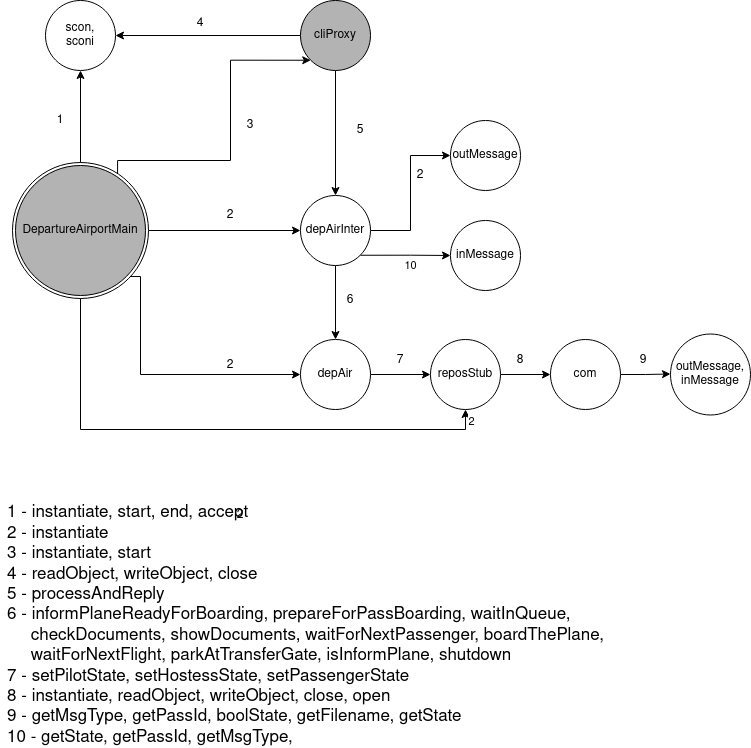
Above: assignment3/diagramas/DepartureAirportDIagram.png in MarianaPinto17/SD (draw.io), before the change. Source tidied: cells renumbered, new cells last; positions are measured from the earlier drawing's top-left corner, leaving out a move shared by most shapes.
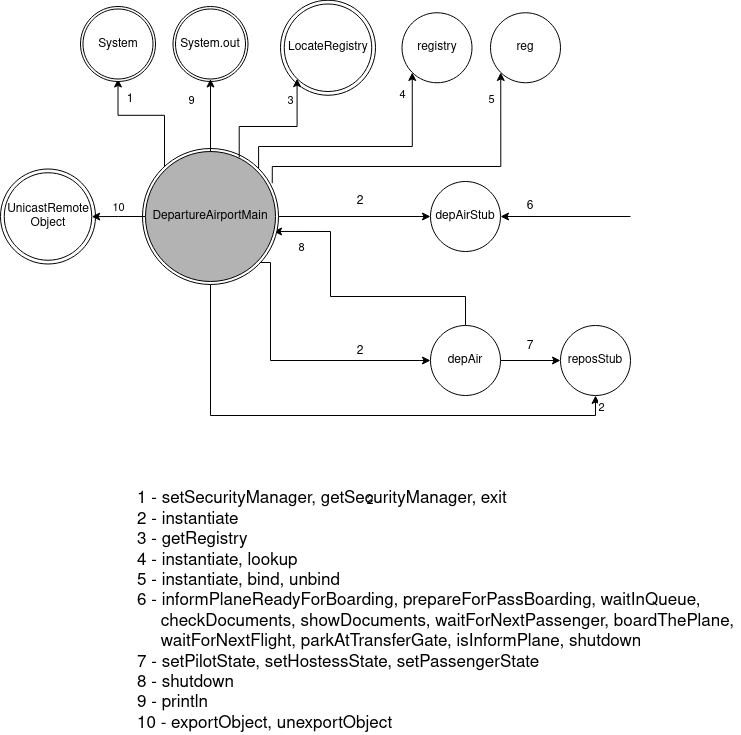
After the commit.

Diff of the diagram source:
```diff
@@ -10,18 +10,9 @@
         </Array>
       </mxGeometry>
     </mxCell>
-    <mxCell id="3" style="edgeStyle=orthogonalEdgeStyle;rounded=0;jettySize=auto;html=1;entryX=0.5;entryY=1;entryDx=0;entryDy=0;exitX=0.5;exitY=0;exitDx=0;exitDy=0;" parent="1" edge="1" source="40" target="8">
+    <mxCell id="3" style="edgeStyle=orthogonalEdgeStyle;rounded=0;jettySize=auto;html=1;entryX=0.5;entryY=1;entryDx=0;entryDy=0;exitX=0;exitY=0;exitDx=0;exitDy=0;" parent="1" edge="1" source="40" target="8">
       <mxGeometry relative="1" as="geometry" />
     </mxCell>
-    <mxCell id="4" style="edgeStyle=orthogonalEdgeStyle;rounded=0;jettySize=auto;html=1;entryX=0;entryY=1;entryDx=0;entryDy=0;exitX=0.785;exitY=0.085;exitDx=0;exitDy=0;exitPerimeter=0;" parent="1" edge="1" source="40" target="11">
-      <mxGeometry relative="1" as="geometry">
-        <Array as="points">
-          <mxPoint x="117" y="160" />
-          <mxPoint x="230" y="160" />
-          <mxPoint x="230" y="60" />
-        </Array>
-      </mxGeometry>
-    </mxCell>
     <mxCell id="5" style="edgeStyle=orthogonalEdgeStyle;rounded=0;jettySize=auto;html=1;entryX=0;entryY=0.5;entryDx=0;entryDy=0;exitX=1;exitY=0.5;exitDx=0;exitDy=0;" parent="1" edge="1" source="39" target="16">
       <mxGeometry relative="1" as="geometry" />
     </mxCell>
@@ -38,98 +29,51 @@
         <mxPoint x="317" y="-11" as="offset" />
       </mxGeometry>
     </mxCell>
-    <mxCell id="8" value="&lt;div&gt;scon,&lt;/div&gt;&lt;div&gt;sconi&lt;br&gt;&lt;/div&gt;" style="ellipse;whiteSpace=wrap;html=1;align=center;" parent="1" vertex="1">
-      <mxGeometry x="45" width="70" height="70" as="geometry" />
-    </mxCell>
-    <mxCell id="9" style="edgeStyle=orthogonalEdgeStyle;rounded=0;jettySize=auto;html=1;entryX=1;entryY=0.5;entryDx=0;entryDy=0;" parent="1" edge="1" source="11" target="8">
-      <mxGeometry relative="1" as="geometry" />
-    </mxCell>
-    <mxCell id="10" style="edgeStyle=orthogonalEdgeStyle;rounded=0;jettySize=auto;html=1;entryX=0.5;entryY=0;entryDx=0;entryDy=0;" parent="1" edge="1" source="11" target="16">
-      <mxGeometry relative="1" as="geometry" />
-    </mxCell>
-    <mxCell id="11" value="cliProxy" style="ellipse;whiteSpace=wrap;html=1;align=center;fillColor=#B3B3B3;" parent="1" vertex="1">
-      <mxGeometry x="300" width="70" height="70" as="geometry" />
-    </mxCell>
-    <mxCell id="12" style="edgeStyle=orthogonalEdgeStyle;rounded=0;jettySize=auto;html=1;entryX=0.5;entryY=0;entryDx=0;entryDy=0;" parent="1" edge="1" source="16" target="19">
-      <mxGeometry relative="1" as="geometry" />
-    </mxCell>
-    <mxCell id="13" style="edgeStyle=orthogonalEdgeStyle;rounded=0;jettySize=auto;html=1;entryX=0;entryY=0.5;entryDx=0;entryDy=0;" parent="1" edge="1" source="16" target="17">
-      <mxGeometry relative="1" as="geometry" />
-    </mxCell>
-    <mxCell id="14" style="edgeStyle=orthogonalEdgeStyle;rounded=0;jettySize=auto;html=1;exitX=1;exitY=1;exitDx=0;exitDy=0;" parent="1" edge="1" source="16" target="41">
-      <mxGeometry relative="1" as="geometry" />
-    </mxCell>
-    <mxCell id="15" value="10" style="edgeLabel;html=1;align=center;verticalAlign=middle;" parent="14" vertex="1">
-      <mxGeometry x="0.34" y="2" relative="1" as="geometry">
-        <mxPoint x="-7" y="12" as="offset" />
-      </mxGeometry>
-    </mxCell>
-    <mxCell id="16" value="depAirInter" style="ellipse;whiteSpace=wrap;html=1;align=center;" parent="1" vertex="1">
+    <mxCell id="16" value="depAirStub" style="ellipse;whiteSpace=wrap;html=1;align=center;" parent="1" vertex="1">
       <mxGeometry x="300" y="195" width="70" height="70" as="geometry" />
     </mxCell>
-    <mxCell id="17" value="outMessage" style="ellipse;whiteSpace=wrap;html=1;align=center;" parent="1" vertex="1">
-      <mxGeometry x="450" y="120" width="70" height="70" as="geometry" />
-    </mxCell>
     <mxCell id="18" style="edgeStyle=orthogonalEdgeStyle;rounded=0;jettySize=auto;html=1;entryX=0;entryY=0.5;entryDx=0;entryDy=0;" parent="1" edge="1" source="19" target="29">
       <mxGeometry relative="1" as="geometry" />
     </mxCell>
+    <mxCell id="42" style="edgeStyle=orthogonalEdgeStyle;rounded=0;jettySize=auto;html=1;entryX=0.985;entryY=0.615;entryDx=0;entryDy=0;entryPerimeter=0;" parent="1" edge="1" source="19" target="40">
+      <mxGeometry relative="1" as="geometry">
+        <Array as="points">
+          <mxPoint x="335" y="310" />
+          <mxPoint x="200" y="310" />
+          <mxPoint x="200" y="245" />
+        </Array>
+      </mxGeometry>
+    </mxCell>
+    <mxCell id="35" value="8" style="edgeLabel;html=1;align=center;verticalAlign=middle;" parent="42" vertex="1">
+      <mxGeometry x="0.47" y="-1" relative="1" as="geometry">
+        <mxPoint x="-31" y="-4" as="offset" />
+      </mxGeometry>
+    </mxCell>
     <mxCell id="19" value="depAir" style="ellipse;whiteSpace=wrap;html=1;align=center;" parent="1" vertex="1">
       <mxGeometry x="300" y="339" width="70" height="70" as="geometry" />
     </mxCell>
     <mxCell id="20" value="1" style="text;html=1;strokeColor=none;fillColor=none;align=center;verticalAlign=middle;whiteSpace=wrap;rounded=0;" parent="1" vertex="1">
-      <mxGeometry x="40" y="110" width="40" height="20" as="geometry" />
+      <mxGeometry x="-20" y="102.5" width="40" height="20" as="geometry" />
     </mxCell>
-    <mxCell id="21" value="4" style="text;html=1;strokeColor=none;fillColor=none;align=center;verticalAlign=middle;whiteSpace=wrap;rounded=0;" parent="1" vertex="1">
-      <mxGeometry x="180" y="13" width="40" height="20" as="geometry" />
-    </mxCell>
-    <mxCell id="22" value="5" style="text;html=1;strokeColor=none;fillColor=none;align=center;verticalAlign=middle;whiteSpace=wrap;rounded=0;" parent="1" vertex="1">
-      <mxGeometry x="340" y="120" width="40" height="20" as="geometry" />
-    </mxCell>
-    <mxCell id="23" value="&lt;div&gt;3&lt;/div&gt;" style="text;html=1;strokeColor=none;fillColor=none;align=center;verticalAlign=middle;whiteSpace=wrap;rounded=0;" parent="1" vertex="1">
-      <mxGeometry x="230" y="110" width="40" height="30" as="geometry" />
-    </mxCell>
     <mxCell id="24" value="2" style="text;html=1;strokeColor=none;fillColor=none;align=center;verticalAlign=middle;whiteSpace=wrap;rounded=0;" parent="1" vertex="1">
       <mxGeometry x="210" y="200" width="40" height="30" as="geometry" />
     </mxCell>
-    <mxCell id="25" value="2" style="text;html=1;strokeColor=none;fillColor=none;align=center;verticalAlign=middle;whiteSpace=wrap;rounded=0;" parent="1" vertex="1">
-      <mxGeometry x="400" y="160" width="40" height="30" as="geometry" />
-    </mxCell>
     <mxCell id="26" value="2" style="text;html=1;strokeColor=none;fillColor=none;align=center;verticalAlign=middle;whiteSpace=wrap;rounded=0;" parent="1" vertex="1">
       <mxGeometry x="210" y="350" width="40" height="30" as="geometry" />
     </mxCell>
     <mxCell id="27" value="6" style="text;html=1;strokeColor=none;fillColor=none;align=center;verticalAlign=middle;whiteSpace=wrap;rounded=0;" parent="1" vertex="1">
-      <mxGeometry x="330" y="290" width="40" height="20" as="geometry" />
+      <mxGeometry x="380" y="210" width="40" height="20" as="geometry" />
     </mxCell>
-    <mxCell id="28" style="edgeStyle=orthogonalEdgeStyle;rounded=0;jettySize=auto;html=1;" parent="1" edge="1" source="29" target="31">
-      <mxGeometry relative="1" as="geometry" />
-    </mxCell>
     <mxCell id="29" value="reposStub" style="ellipse;whiteSpace=wrap;html=1;align=center;" parent="1" vertex="1">
       <mxGeometry x="430" y="339" width="70" height="70" as="geometry" />
     </mxCell>
-    <mxCell id="30" style="edgeStyle=orthogonalEdgeStyle;rounded=0;jettySize=auto;html=1;entryX=0;entryY=0.5;entryDx=0;entryDy=0;" parent="1" edge="1" source="31">
-      <mxGeometry relative="1" as="geometry">
-        <mxPoint x="670" y="373.5" as="targetPoint" />
-      </mxGeometry>
-    </mxCell>
-    <mxCell id="31" value="com" style="ellipse;whiteSpace=wrap;html=1;align=center;" parent="1" vertex="1">
-      <mxGeometry x="550" y="339" width="70" height="70" as="geometry" />
-    </mxCell>
-    <mxCell id="32" value="&lt;div&gt;outMessage,&lt;/div&gt;&lt;div&gt;inMessage&lt;br&gt;&lt;/div&gt;" style="ellipse;whiteSpace=wrap;html=1;align=center;" parent="1" vertex="1">
-      <mxGeometry x="670" y="333.5" width="80" height="81" as="geometry" />
-    </mxCell>
     <mxCell id="33" value="2" style="text;html=1;strokeColor=none;fillColor=none;align=center;verticalAlign=middle;whiteSpace=wrap;rounded=0;" parent="1" vertex="1">
       <mxGeometry x="220" y="505" width="40" height="20" as="geometry" />
     </mxCell>
     <mxCell id="34" value="7" style="text;html=1;strokeColor=none;fillColor=none;align=center;verticalAlign=middle;whiteSpace=wrap;rounded=0;" parent="1" vertex="1">
       <mxGeometry x="380" y="350" width="40" height="20" as="geometry" />
     </mxCell>
-    <mxCell id="35" value="8" style="text;html=1;strokeColor=none;fillColor=none;align=center;verticalAlign=middle;whiteSpace=wrap;rounded=0;" parent="1" vertex="1">
-      <mxGeometry x="500" y="350" width="40" height="20" as="geometry" />
-    </mxCell>
-    <mxCell id="36" value="9" style="text;html=1;strokeColor=none;fillColor=none;align=center;verticalAlign=middle;whiteSpace=wrap;rounded=0;" parent="1" vertex="1">
-      <mxGeometry x="623" y="350" width="40" height="20" as="geometry" />
-    </mxCell>
-    <mxCell id="37" value="&lt;div style=&quot;font-size: 17px&quot; align=&quot;left&quot;&gt;&lt;font style=&quot;font-size: 17px&quot;&gt;1 - instantiate, start, end, accept&lt;/font&gt;&lt;/div&gt;&lt;div style=&quot;font-size: 17px&quot; align=&quot;left&quot;&gt;&lt;font style=&quot;font-size: 17px&quot;&gt;2 - instantiate&lt;/font&gt;&lt;/div&gt;&lt;div style=&quot;font-size: 17px&quot; align=&quot;left&quot;&gt;&lt;font style=&quot;font-size: 17px&quot;&gt;3 - instantiate, start&lt;/font&gt;&lt;/div&gt;&lt;div style=&quot;font-size: 17px&quot; align=&quot;left&quot;&gt;&lt;font style=&quot;font-size: 17px&quot;&gt;4 - readObject, writeObject, close&lt;/font&gt;&lt;/div&gt;&lt;div style=&quot;font-size: 17px&quot; align=&quot;left&quot;&gt;&lt;font style=&quot;font-size: 17px&quot;&gt;5 - processAndReply&lt;/font&gt;&lt;/div&gt;&lt;div style=&quot;font-size: 17px&quot; align=&quot;left&quot;&gt;&lt;font style=&quot;font-size: 17px&quot;&gt;6 - informPlaneReadyForBoarding, prepareForPassBoarding, waitInQueue, &lt;br&gt;&lt;/font&gt;&lt;/div&gt;&lt;div style=&quot;font-size: 17px&quot; align=&quot;left&quot;&gt;&lt;font style=&quot;font-size: 17px&quot;&gt;&amp;nbsp;&amp;nbsp;&amp;nbsp;&amp;nbsp; checkDocuments, showDocuments, waitForNextPassenger, boardThePlane, &lt;br&gt;&lt;/font&gt;&lt;/div&gt;&lt;div style=&quot;font-size: 17px&quot; align=&quot;left&quot;&gt;&lt;font style=&quot;font-size: 17px&quot;&gt;&amp;nbsp;&amp;nbsp;&amp;nbsp;&amp;nbsp; waitForNextFlight, parkAtTransferGate, isInformPlane, shutdown&lt;br&gt;&lt;/font&gt;&lt;/div&gt;&lt;div style=&quot;font-size: 17px&quot; align=&quot;left&quot;&gt;&lt;font style=&quot;font-size: 17px&quot;&gt;7 - setPilotState, setHostessState, setPassengerState&lt;br&gt;&lt;/font&gt;&lt;/div&gt;&lt;div style=&quot;font-size: 17px&quot; align=&quot;left&quot;&gt;&lt;font style=&quot;font-size: 17px&quot;&gt;8 - instantiate, readObject, writeObject, close, open&lt;br&gt;&lt;/font&gt;&lt;/div&gt;&lt;div style=&quot;font-size: 17px&quot; align=&quot;left&quot;&gt;&lt;font style=&quot;font-size: 17px&quot;&gt;9 - getMsgType, getPassId, boolState, getFilename, getState&lt;/font&gt;&lt;/div&gt;&lt;div style=&quot;font-size: 17px&quot; align=&quot;left&quot;&gt;&lt;font style=&quot;font-size: 17px&quot;&gt;10 - getState, getPassId, getMsgType, &lt;br&gt;&lt;/font&gt;&lt;/div&gt;" style="text;html=1;align=center;verticalAlign=middle;strokeColor=none;" parent="1" vertex="1">
+    <mxCell id="37" value="&lt;div style=&quot;font-size: 17px&quot; align=&quot;left&quot;&gt;&lt;font style=&quot;font-size: 17px&quot;&gt;1 - setSecurityManager, getSecurityManager, exit&lt;br&gt;&lt;/font&gt;&lt;/div&gt;&lt;div style=&quot;font-size: 17px&quot; align=&quot;left&quot;&gt;&lt;font style=&quot;font-size: 17px&quot;&gt;2 - instantiate&lt;/font&gt;&lt;/div&gt;&lt;div style=&quot;font-size: 17px&quot; align=&quot;left&quot;&gt;&lt;font style=&quot;font-size: 17px&quot;&gt;3 - getRegistry&lt;br&gt;&lt;/font&gt;&lt;/div&gt;&lt;div style=&quot;font-size: 17px&quot; align=&quot;left&quot;&gt;&lt;font style=&quot;font-size: 17px&quot;&gt;4 - instantiate, lookup&lt;br&gt;&lt;/font&gt;&lt;/div&gt;&lt;div style=&quot;font-size: 17px&quot; align=&quot;left&quot;&gt;&lt;font style=&quot;font-size: 17px&quot;&gt;5 - instantiate, bind, unbind&lt;br&gt;&lt;/font&gt;&lt;/div&gt;&lt;div style=&quot;font-size: 17px&quot; align=&quot;left&quot;&gt;&lt;font style=&quot;font-size: 17px&quot;&gt;6 - informPlaneReadyForBoarding, prepareForPassBoarding, waitInQueue, &lt;br&gt;&lt;/font&gt;&lt;/div&gt;&lt;div style=&quot;font-size: 17px&quot; align=&quot;left&quot;&gt;&lt;font style=&quot;font-size: 17px&quot;&gt;&amp;nbsp;&amp;nbsp;&amp;nbsp;&amp;nbsp; checkDocuments, showDocuments, waitForNextPassenger, boardThePlane, &lt;br&gt;&lt;/font&gt;&lt;/div&gt;&lt;div style=&quot;font-size: 17px&quot; align=&quot;left&quot;&gt;&lt;font style=&quot;font-size: 17px&quot;&gt;&amp;nbsp;&amp;nbsp;&amp;nbsp;&amp;nbsp; waitForNextFlight, parkAtTransferGate, isInformPlane, shutdown&lt;br&gt;&lt;/font&gt;&lt;/div&gt;&lt;div style=&quot;font-size: 17px&quot; align=&quot;left&quot;&gt;&lt;font style=&quot;font-size: 17px&quot;&gt;7 - setPilotState, setHostessState, setPassengerState&lt;br&gt;&lt;/font&gt;&lt;/div&gt;&lt;div style=&quot;font-size: 17px&quot; align=&quot;left&quot;&gt;&lt;font style=&quot;font-size: 17px&quot;&gt;8 - shutdown&lt;br&gt;&lt;/font&gt;&lt;/div&gt;&lt;div style=&quot;font-size: 17px&quot; align=&quot;left&quot;&gt;&lt;font style=&quot;font-size: 17px&quot;&gt;9 - println&lt;br&gt;&lt;/font&gt;&lt;/div&gt;&lt;div style=&quot;font-size: 17px&quot; align=&quot;left&quot;&gt;&lt;font style=&quot;font-size: 17px&quot;&gt;10 - exportObject, unexportObject&lt;br&gt;&lt;/font&gt;&lt;/div&gt;" style="text;html=1;align=center;verticalAlign=middle;strokeColor=none;" parent="1" vertex="1">
       <mxGeometry y="540" width="610" height="170" as="geometry" />
     </mxCell>
     <mxCell id="38" style="group;" parent="1" vertex="1">
@@ -141,8 +85,112 @@
     <mxCell id="40" value="DepartureAirportMain" style="ellipse;whiteSpace=wrap;html=1;align=center;strokeColor=#000000;fillColor=#B3B3B3;" parent="38" vertex="1">
       <mxGeometry x="3" y="3" width="130" height="130" as="geometry" />
     </mxCell>
-    <mxCell id="41" value="inMessage" style="ellipse;whiteSpace=wrap;html=1;align=center;" parent="1" vertex="1">
-      <mxGeometry x="450" y="220" width="70" height="70" as="geometry" />
-    </mxCell>
+    <mxCell id="43" style="group;" parent="1" vertex="1">
+      <mxGeometry x="-50" y="20" width="75" height="75" as="geometry" />
+    </mxCell>
+    <mxCell id="44" value="System" style="ellipse;whiteSpace=wrap;html=1;align=center;" parent="43" vertex="1">
+      <mxGeometry width="75" height="75" as="geometry" />
+    </mxCell>
+    <mxCell id="8" value="System" style="ellipse;whiteSpace=wrap;html=1;align=center;" parent="43" vertex="1">
+      <mxGeometry x="2.5" y="2.5" width="70" height="70" as="geometry" />
+    </mxCell>
+    <mxCell id="45" style="group;" parent="1" vertex="1">
+      <mxGeometry x="42.5" y="20" width="75" height="75" as="geometry" />
+    </mxCell>
+    <mxCell id="46" value="System" style="ellipse;whiteSpace=wrap;html=1;align=center;" parent="45" vertex="1">
+      <mxGeometry width="75" height="75" as="geometry" />
+    </mxCell>
+    <mxCell id="47" value="System.out" style="ellipse;whiteSpace=wrap;html=1;align=center;" parent="45" vertex="1">
+      <mxGeometry x="2.5" y="2.5" width="70" height="70" as="geometry" />
+    </mxCell>
+    <mxCell id="48" style="edgeStyle=orthogonalEdgeStyle;rounded=0;jettySize=auto;html=1;exitX=0.5;exitY=0;exitDx=0;exitDy=0;entryX=0.5;entryY=1;entryDx=0;entryDy=0;" parent="1" edge="1" source="40" target="47">
+      <mxGeometry relative="1" as="geometry">
+        <Array as="points">
+          <mxPoint x="80" y="93" />
+          <mxPoint x="80" y="93" />
+        </Array>
+      </mxGeometry>
+    </mxCell>
+    <mxCell id="36" value="9" style="edgeLabel;html=1;align=center;verticalAlign=middle;" parent="48" vertex="1">
+      <mxGeometry x="-0.24" relative="1" as="geometry">
+        <mxPoint x="-20" y="-24" as="offset" />
+      </mxGeometry>
+    </mxCell>
+    <mxCell id="49" style="group;" parent="1" vertex="1">
+      <mxGeometry x="150" y="13.8" width="95" height="95" as="geometry" />
+    </mxCell>
+    <mxCell id="50" value="LocateRegistry" style="ellipse;whiteSpace=wrap;html=1;align=center;" parent="49" vertex="1">
+      <mxGeometry width="95" height="95" as="geometry" />
+    </mxCell>
+    <mxCell id="51" value="LocateRegistry" style="ellipse;whiteSpace=wrap;html=1;align=center;" parent="49" vertex="1">
+      <mxGeometry x="3.8" y="3.8" width="87.5" height="87.5" as="geometry" />
+    </mxCell>
+    <mxCell id="52" style="edgeStyle=orthogonalEdgeStyle;rounded=0;jettySize=auto;html=1;entryX=0;entryY=1;entryDx=0;entryDy=0;exitX=0.721;exitY=0.045;exitDx=0;exitDy=0;exitPerimeter=0;" parent="1" edge="1" source="40" target="51">
+      <mxGeometry relative="1" as="geometry">
+        <Array as="points">
+          <mxPoint x="109" y="140" />
+          <mxPoint x="167" y="140" />
+        </Array>
+      </mxGeometry>
+    </mxCell>
+    <mxCell id="23" value="3" style="edgeLabel;html=1;align=center;verticalAlign=middle;" parent="52" vertex="1">
+      <mxGeometry x="0.58" y="-3" relative="1" as="geometry">
+        <mxPoint x="-10" y="-7" as="offset" />
+      </mxGeometry>
+    </mxCell>
+    <mxCell id="53" value="registry" style="ellipse;whiteSpace=wrap;html=1;align=center;" parent="1" vertex="1">
+      <mxGeometry x="271.5" y="26.2" width="70" height="70" as="geometry" />
+    </mxCell>
+    <mxCell id="54" style="edgeStyle=orthogonalEdgeStyle;rounded=0;jettySize=auto;html=1;exitX=1;exitY=0;exitDx=0;exitDy=0;entryX=0;entryY=1;entryDx=0;entryDy=0;" parent="1" edge="1" source="39" target="53">
+      <mxGeometry relative="1" as="geometry">
+        <Array as="points">
+          <mxPoint x="128" y="160" />
+          <mxPoint x="282" y="160" />
+        </Array>
+      </mxGeometry>
+    </mxCell>
+    <mxCell id="21" value="4" style="edgeLabel;html=1;align=center;verticalAlign=middle;" parent="54" vertex="1">
+      <mxGeometry x="0.52" y="-3" relative="1" as="geometry">
+        <mxPoint x="-13" y="-38" as="offset" />
+      </mxGeometry>
+    </mxCell>
+    <mxCell id="55" value="reg" style="ellipse;whiteSpace=wrap;html=1;align=center;" parent="1" vertex="1">
+      <mxGeometry x="360" y="26.2" width="70" height="70" as="geometry" />
+    </mxCell>
+    <mxCell id="56" style="edgeStyle=orthogonalEdgeStyle;rounded=0;jettySize=auto;html=1;exitX=0.975;exitY=0.244;exitDx=0;exitDy=0;entryX=0;entryY=1;entryDx=0;entryDy=0;exitPerimeter=0;" parent="1" edge="1" source="40" target="55">
+      <mxGeometry relative="1" as="geometry">
+        <Array as="points">
+          <mxPoint x="142" y="180" />
+          <mxPoint x="370" y="180" />
+        </Array>
+      </mxGeometry>
+    </mxCell>
+    <mxCell id="22" value="5" style="edgeLabel;html=1;align=center;verticalAlign=middle;" parent="56" vertex="1">
+      <mxGeometry x="0.87" y="3" relative="1" as="geometry">
+        <mxPoint x="-7" y="5" as="offset" />
+      </mxGeometry>
+    </mxCell>
+    <mxCell id="57" style="group;" parent="1" vertex="1">
+      <mxGeometry x="-130" y="182.5" width="95" height="95" as="geometry" />
+    </mxCell>
+    <mxCell id="58" value="LocateRegistry" style="ellipse;whiteSpace=wrap;html=1;align=center;" parent="57" vertex="1">
+      <mxGeometry width="95" height="95" as="geometry" />
+    </mxCell>
+    <mxCell id="59" value="&lt;div&gt;UnicastRemote&lt;/div&gt;&lt;div&gt;Object&lt;br&gt;&lt;/div&gt;" style="ellipse;whiteSpace=wrap;html=1;align=center;" parent="57" vertex="1">
+      <mxGeometry x="3.8" y="3.8" width="87.5" height="87.5" as="geometry" />
+    </mxCell>
+    <mxCell id="60" style="edgeStyle=orthogonalEdgeStyle;rounded=0;jettySize=auto;html=1;" parent="1" edge="1" source="40" target="59">
+      <mxGeometry relative="1" as="geometry" />
+    </mxCell>
+    <mxCell id="15" value="10" style="edgeLabel;html=1;align=center;verticalAlign=middle;" parent="60" vertex="1">
+      <mxGeometry x="-0.16" relative="1" as="geometry">
+        <mxPoint x="-5" y="-10" as="offset" />
+      </mxGeometry>
+    </mxCell>
+    <mxCell id="61" style="endArrow=classic;html=1;entryX=1;entryY=0.5;entryDx=0;entryDy=0;" parent="1" edge="1" target="16">
+      <mxGeometry relative="1" as="geometry">
+        <mxPoint x="500" y="230" as="sourcePoint" />
+      </mxGeometry>
+    </mxCell>
   </root>
 </mxGraphModel>
```
